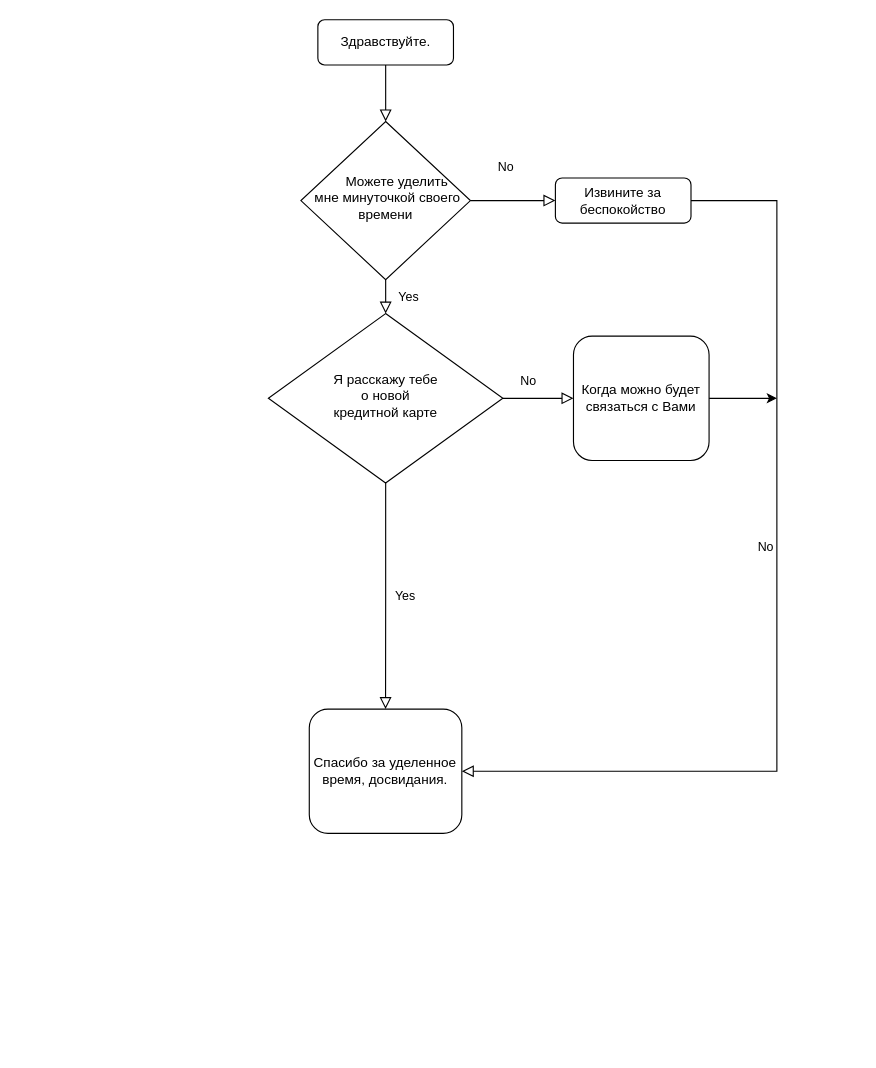
Earlier version of the draw.io diagram Диаграмма без названия.drawio (dima-wadim/py_project). Source tidied: cells renumbered, new cells numbered last; positions are measured from the earlier drawing's top-left corner, leaving out a move shared by most shapes. Both pictures are drawn from the tidied source at 113%, with x=0, y=0 at pixel (268, 19).
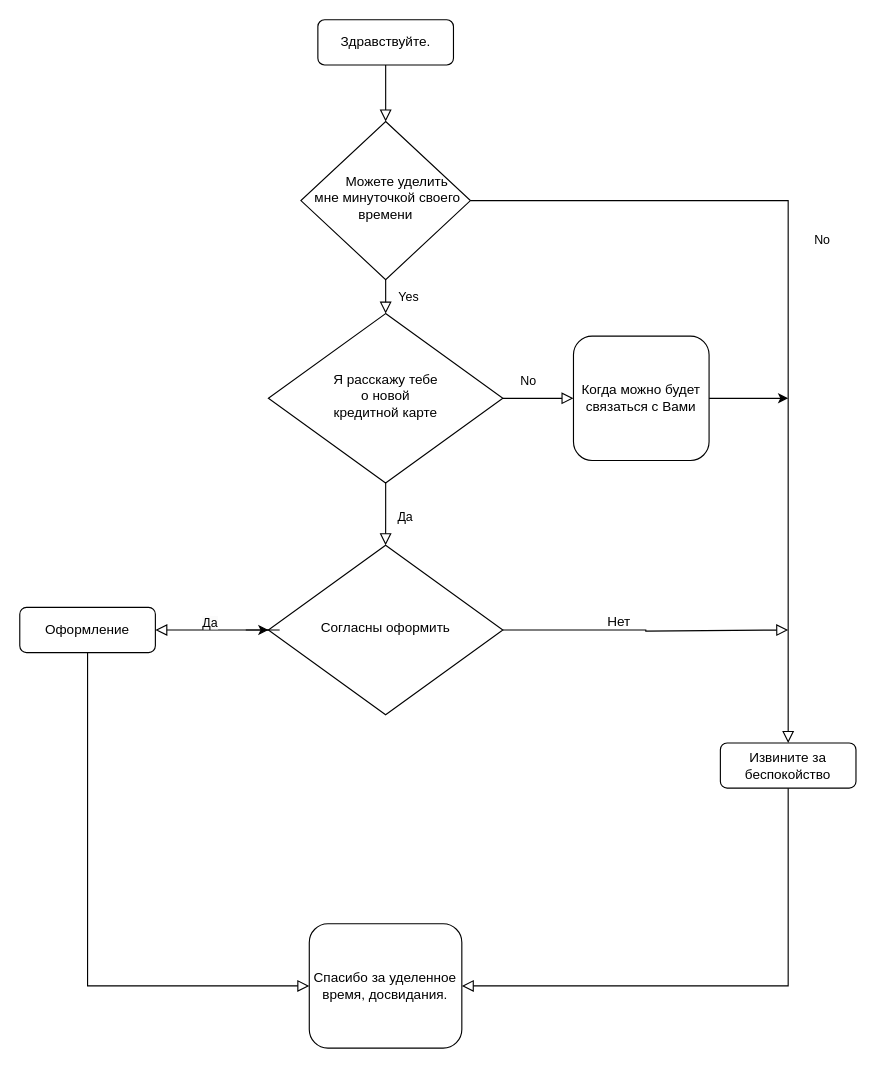
Above is the later version.

The change refers to these unchanged cells:
```xml
<mxCell id="10" value="Я расскажу тебе&lt;div&gt;&amp;nbsp;о новой&amp;nbsp;&lt;div&gt;кредитной карте&lt;/div&gt;&lt;/div&gt;" style="rhombus;whiteSpace=wrap;html=1;shadow=0;fontFamily=Helvetica;fontSize=12;align=center;strokeWidth=1;spacing=6;spacingTop=-4;" parent="1" vertex="1">
  <mxGeometry y="260" width="207.5" height="150" as="geometry" />
</mxCell>
<mxCell id="13" value="Когда можно будет связаться с Вами" style="rounded=1;whiteSpace=wrap;html=1;fontSize=12;glass=0;strokeWidth=1;shadow=0;" parent="1" vertex="1">
  <mxGeometry x="270" y="280" width="120" height="110" as="geometry" />
</mxCell>
```

Change to the diagram source:
```diff
@@
     <mxCell id="7" value="Извините за беспокойство" style="rounded=1;whiteSpace=wrap;html=1;fontSize=12;glass=0;strokeWidth=1;shadow=0;" parent="1" vertex="1">
-      <mxGeometry x="254" y="140" width="120" height="40" as="geometry" />
+      <mxGeometry x="400" y="640" width="120" height="40" as="geometry" />
     </mxCell>
-    <mxCell id="8" value="No" style="rounded=0;html=1;jettySize=auto;fontSize=11;endArrow=block;endFill=0;endSize=8;strokeWidth=1;shadow=0;labelBackgroundColor=none;edgeStyle=orthogonalEdgeStyle;" parent="1" edge="1" source="10" target="11">
+    <mxCell id="8" value="No" style="rounded=0;html=1;jettySize=auto;fontSize=11;endArrow=block;endFill=0;endSize=8;strokeWidth=1;shadow=0;labelBackgroundColor=none;edgeStyle=orthogonalEdgeStyle;entryX=0.5;entryY=0;entryDx=0;entryDy=0;" parent="1" edge="1" source="10" target="15">
       <mxGeometry x="-1" y="155" relative="1" as="geometry">
         <mxPoint x="-29" y="-90" as="offset" />
       </mxGeometry>
     </mxCell>
-    <mxCell id="9" value="Yes" style="edgeStyle=orthogonalEdgeStyle;rounded=0;html=1;jettySize=auto;fontSize=11;endArrow=block;endFill=0;endSize=8;strokeWidth=1;shadow=0;labelBackgroundColor=none;" parent="1" edge="1" source="10" target="13">
-      <mxGeometry x="-1" y="-196" relative="1" as="geometry">
-        <mxPoint x="-87" y="-21" as="offset" />
+    <mxCell id="9" value="Да" style="edgeStyle=orthogonalEdgeStyle;rounded=0;html=1;jettySize=auto;fontSize=11;endArrow=block;endFill=0;endSize=8;strokeWidth=1;shadow=0;labelBackgroundColor=none;" parent="1" edge="1" source="10" target="13">
+      <mxGeometry x="-1" y="-137" relative="1" as="geometry">
+        <mxPoint x="-87" y="-32" as="offset" />
       </mxGeometry>
     </mxCell>
@@
     <mxCell id="11" value="Спасибо за уделенное время, досвидания." style="rounded=1;whiteSpace=wrap;html=1;fontSize=12;glass=0;strokeWidth=1;shadow=0;" parent="1" vertex="1">
-      <mxGeometry x="36.2" y="610" width="135" height="110" as="geometry" />
+      <mxGeometry x="36.2" y="800" width="135" height="110" as="geometry" />
     </mxCell>
     <mxCell id="12" style="edgeStyle=orthogonalEdgeStyle;rounded=0;jettySize=auto;html=1;" parent="1" edge="1" source="13">
       <mxGeometry relative="1" as="geometry">
-        <mxPoint x="450" y="335" as="targetPoint" />
+        <mxPoint x="460" y="335" as="targetPoint" />
       </mxGeometry>
     </mxCell>
@@
+    <mxCell id="15" value="Согласны оформить" style="rhombus;whiteSpace=wrap;html=1;shadow=0;fontFamily=Helvetica;fontSize=12;align=center;strokeWidth=1;spacing=6;spacingTop=-4;" parent="1" vertex="1">
+      <mxGeometry y="465" width="207.5" height="150" as="geometry" />
+    </mxCell>
+    <mxCell id="16" style="rounded=0;html=1;jettySize=auto;fontSize=11;endArrow=block;endFill=0;endSize=8;strokeWidth=1;shadow=0;labelBackgroundColor=none;edgeStyle=orthogonalEdgeStyle;exitX=1;exitY=0.5;exitDx=0;exitDy=0;" parent="1" edge="1" source="15">
+      <mxGeometry x="0.05" y="36" relative="1" as="geometry">
+        <mxPoint x="460" y="540" as="targetPoint" />
+        <Array as="points">
+          <mxPoint x="208" y="540" />
+          <mxPoint x="334" y="540" />
+          <mxPoint x="334" y="541" />
+        </Array>
+      </mxGeometry>
+    </mxCell>
+    <mxCell id="17" value="Оформление" style="rounded=1;whiteSpace=wrap;html=1;fontSize=12;glass=0;strokeWidth=1;shadow=0;" parent="1" vertex="1">
+      <mxGeometry x="-220" y="520" width="120" height="40" as="geometry" />
+    </mxCell>
+    <mxCell id="18" style="rounded=0;html=1;jettySize=auto;fontSize=11;endArrow=block;endFill=0;endSize=8;strokeWidth=1;shadow=0;labelBackgroundColor=none;edgeStyle=orthogonalEdgeStyle;exitX=0;exitY=0.5;exitDx=0;exitDy=0;" parent="1" edge="1" source="15" target="17">
+      <mxGeometry x="0.05" y="36" relative="1" as="geometry" />
+    </mxCell>
+    <mxCell id="19" style="rounded=0;html=1;jettySize=auto;fontSize=11;endArrow=block;endFill=0;endSize=8;strokeWidth=1;shadow=0;labelBackgroundColor=none;edgeStyle=orthogonalEdgeStyle;exitX=0.5;exitY=1;exitDx=0;exitDy=0;entryX=0;entryY=0.5;entryDx=0;entryDy=0;" parent="1" edge="1" source="17" target="11">
+      <mxGeometry x="0.05" y="36" relative="1" as="geometry" />
+    </mxCell>
-    <mxCell id="14" value="No" style="edgeStyle=orthogonalEdgeStyle;rounded=0;html=1;jettySize=auto;fontSize=11;endArrow=block;endFill=0;endSize=8;strokeWidth=1;shadow=0;labelBackgroundColor=none;exitX=1;exitY=0.5;exitDx=0;exitDy=0;entryX=1;entryY=0.5;entryDx=0;entryDy=0;" parent="1" edge="1" source="7" target="11">
-      <mxGeometry x="-0.11" y="-10" relative="1" as="geometry">
-        <Array as="points">
-          <mxPoint x="450" y="160" />
-          <mxPoint x="450" y="665" />
-        </Array>
-      </mxGeometry>
+    <mxCell id="14" style="rounded=0;html=1;jettySize=auto;fontSize=11;endArrow=block;endFill=0;endSize=8;strokeWidth=1;shadow=0;labelBackgroundColor=none;edgeStyle=orthogonalEdgeStyle;exitX=0.5;exitY=1;exitDx=0;exitDy=0;entryX=1;entryY=0.5;entryDx=0;entryDy=0;" parent="1" edge="1" source="7" target="11">
+      <mxGeometry x="0.05" y="36" relative="1" as="geometry" />
     </mxCell>
+    <mxCell id="20" style="edgeStyle=orthogonalEdgeStyle;rounded=0;jettySize=auto;html=1;" parent="1" edge="1" source="21" target="15">
+      <mxGeometry relative="1" as="geometry" />
+    </mxCell>
+    <mxCell id="21" value="&lt;span style=&quot;color: rgb(0, 0, 0); font-family: Helvetica; font-size: 11px; font-style: normal; font-variant-ligatures: normal; font-variant-caps: normal; font-weight: 400; letter-spacing: normal; orphans: 2; text-align: center; text-indent: 0px; text-transform: none; widows: 2; word-spacing: 0px; -webkit-text-stroke-width: 0px; white-space: nowrap; background-color: rgb(251, 251, 251); text-decoration-thickness: initial; text-decoration-style: initial; text-decoration-color: initial; display: inline !important; float: none;&quot;&gt;Да&lt;/span&gt;" style="text;whiteSpace=wrap;html=1;" parent="1" vertex="1">
+      <mxGeometry x="-60" y="520" width="50" height="40" as="geometry" />
+    </mxCell>
+    <mxCell id="22" value="Нет" style="text;html=1;align=center;verticalAlign=middle;strokeColor=none;fillColor=none;" parent="1" vertex="1">
+      <mxGeometry x="290" y="518" width="40" height="30" as="geometry" />
+    </mxCell>
```
